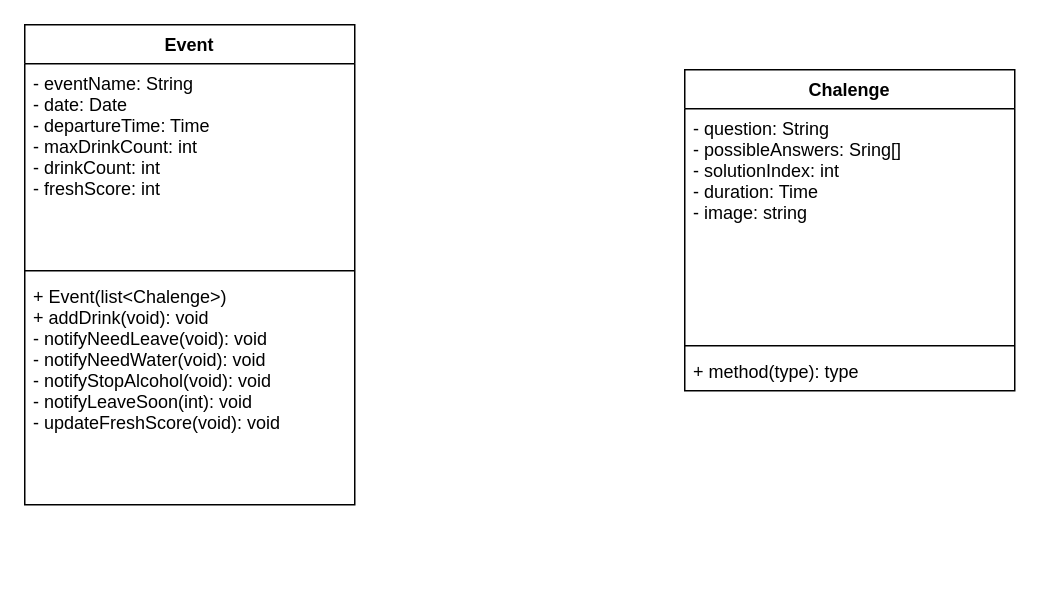
Before: Untitled Diagram.drawio in claragbl/GaubilBerchicheMainguyCPOf, a draw.io diagram. Source tidied: cells renumbered, new cells numbered last; positions are measured from the earlier drawing's top-left corner, leaving out a move shared by most shapes. Both pictures are drawn from the tidied source at 150%, with x=0, y=0 at pixel (24, 24).
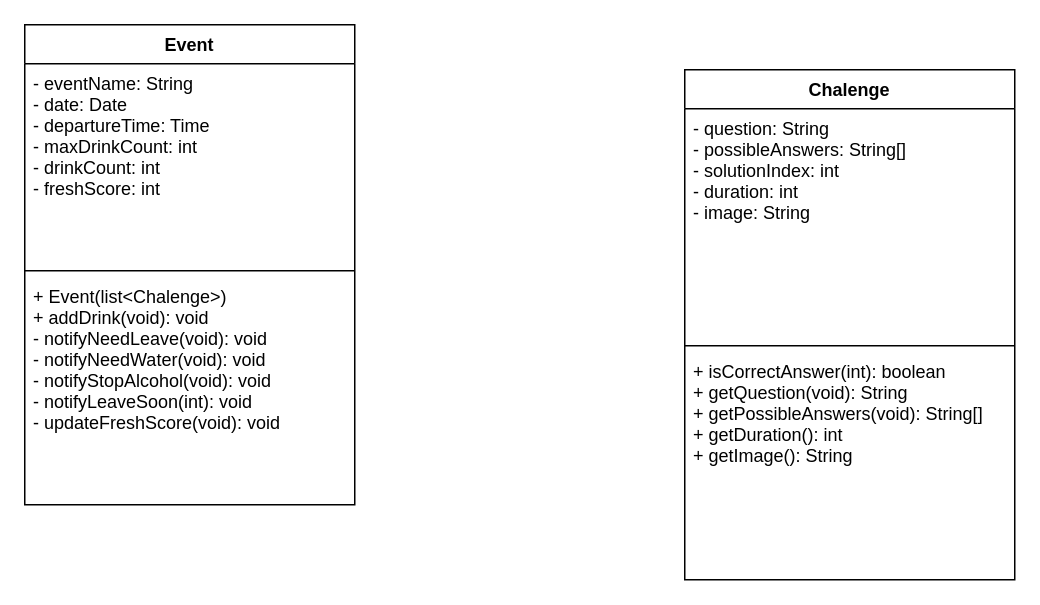
The same page after the edit.

Commit message:
Class Diagram: update Chalenge class

What changed in the source:
```diff
@@
 <mxGraphModel>
   <root>
     <mxCell id="0" />
     <mxCell id="1" parent="0" />
     <mxCell id="2" value="Event" style="swimlane;fontStyle=1;align=center;verticalAlign=top;horizontal=1;startSize=26;" parent="1" vertex="1">
       <mxGeometry width="220" height="320" as="geometry" />
     </mxCell>
     <mxCell id="3" value="- eventName: String&#10;- date: Date&#10;- departureTime: Time&#10;- maxDrinkCount: int&#10;- drinkCount: int&#10;- freshScore: int&#10;&#10;" style="text;strokeColor=none;fillColor=none;align=left;verticalAlign=top;spacingLeft=4;spacingRight=4;overflow=hidden;" parent="2" vertex="1">
       <mxGeometry y="26" width="220" height="134" as="geometry" />
     </mxCell>
     <mxCell id="4" style="line;strokeWidth=1;fillColor=none;align=left;verticalAlign=middle;spacingTop=-1;spacingLeft=3;spacingRight=3;labelPosition=right;" parent="2" vertex="1">
       <mxGeometry y="160" width="220" height="8" as="geometry" />
     </mxCell>
     <mxCell id="5" value="+ Event(list&lt;Chalenge&gt;)&#10;+ addDrink(void): void&#10;- notifyNeedLeave(void): void&#10;- notifyNeedWater(void): void&#10;- notifyStopAlcohol(void): void&#10;- notifyLeaveSoon(int): void&#10;- updateFreshScore(void): void" style="text;strokeColor=none;fillColor=none;align=left;verticalAlign=top;spacingLeft=4;spacingRight=4;overflow=hidden;" parent="2" vertex="1">
       <mxGeometry y="168" width="220" height="152" as="geometry" />
     </mxCell>
     <mxCell id="6" value="Chalenge" style="swimlane;fontStyle=1;align=center;verticalAlign=top;horizontal=1;startSize=26;" parent="1" vertex="1">
-      <mxGeometry x="440" y="30" width="220" height="214" as="geometry" />
+      <mxGeometry x="440" y="30" width="220" height="340" as="geometry" />
     </mxCell>
-    <mxCell id="7" value="- question: String&#10;- possibleAnswers: Sring[]&#10;- solutionIndex: int&#10;- duration: Time&#10;- image: string&#10;" style="text;strokeColor=none;fillColor=none;align=left;verticalAlign=top;spacingLeft=4;spacingRight=4;overflow=hidden;" parent="6" vertex="1">
+    <mxCell id="7" value="- question: String&#10;- possibleAnswers: String[]&#10;- solutionIndex: int&#10;- duration: int&#10;- image: String&#10;" style="text;strokeColor=none;fillColor=none;align=left;verticalAlign=top;spacingLeft=4;spacingRight=4;overflow=hidden;" parent="6" vertex="1">
       <mxGeometry y="26" width="220" height="154" as="geometry" />
     </mxCell>
     <mxCell id="8" style="line;strokeWidth=1;fillColor=none;align=left;verticalAlign=middle;spacingTop=-1;spacingLeft=3;spacingRight=3;labelPosition=right;" parent="6" vertex="1">
       <mxGeometry y="180" width="220" height="8" as="geometry" />
     </mxCell>
-    <mxCell id="9" value="+ method(type): type" style="text;strokeColor=none;fillColor=none;align=left;verticalAlign=top;spacingLeft=4;spacingRight=4;overflow=hidden;" parent="6" vertex="1">
-      <mxGeometry y="188" width="220" height="26" as="geometry" />
+    <mxCell id="9" value="+ isCorrectAnswer(int): boolean&#10;+ getQuestion(void): String&#10;+ getPossibleAnswers(void): String[]&#10;+ getDuration(): int&#10;+ getImage(): String" style="text;strokeColor=none;fillColor=none;align=left;verticalAlign=top;spacingLeft=4;spacingRight=4;overflow=hidden;" parent="6" vertex="1">
+      <mxGeometry y="188" width="220" height="152" as="geometry" />
     </mxCell>
   </root>
 </mxGraphModel>
```
